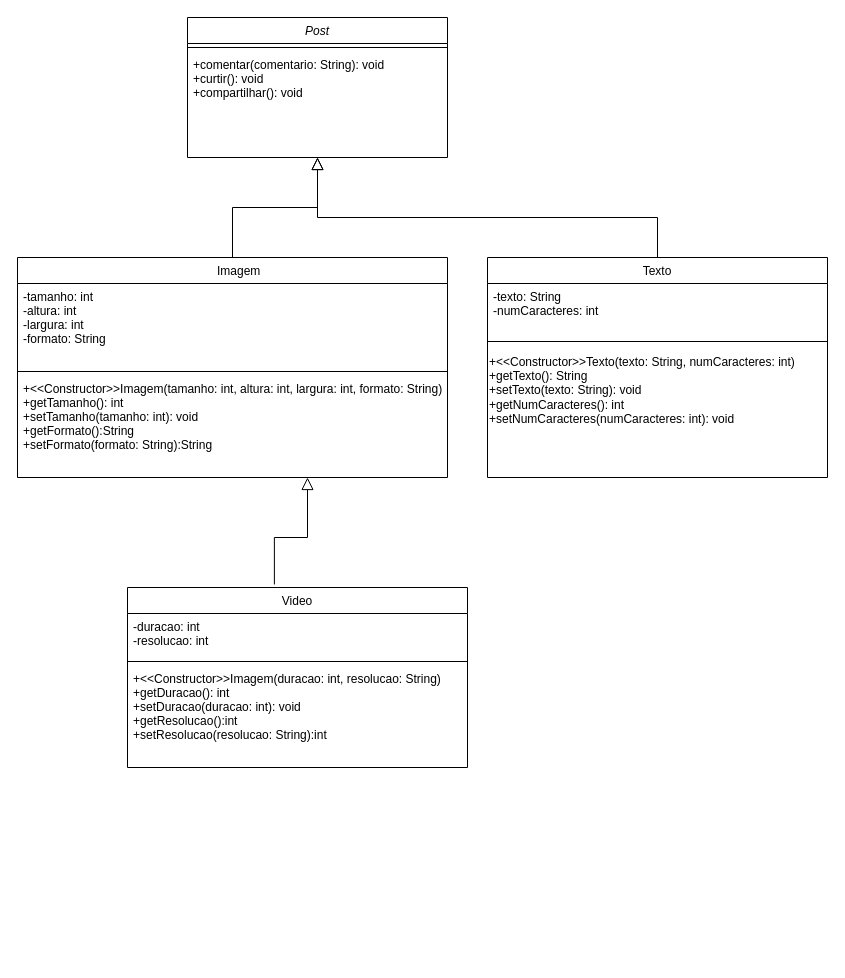
The draw.io diagram rede_social.drawio in Pedry123/rede_social, before the edit. Source tidied: cells renumbered, new cells numbered last; positions are measured from the earlier drawing's top-left corner, leaving out a move shared by most shapes. Both pictures are drawn from the tidied source at 100%, with x=0, y=0 at pixel (17, 17).
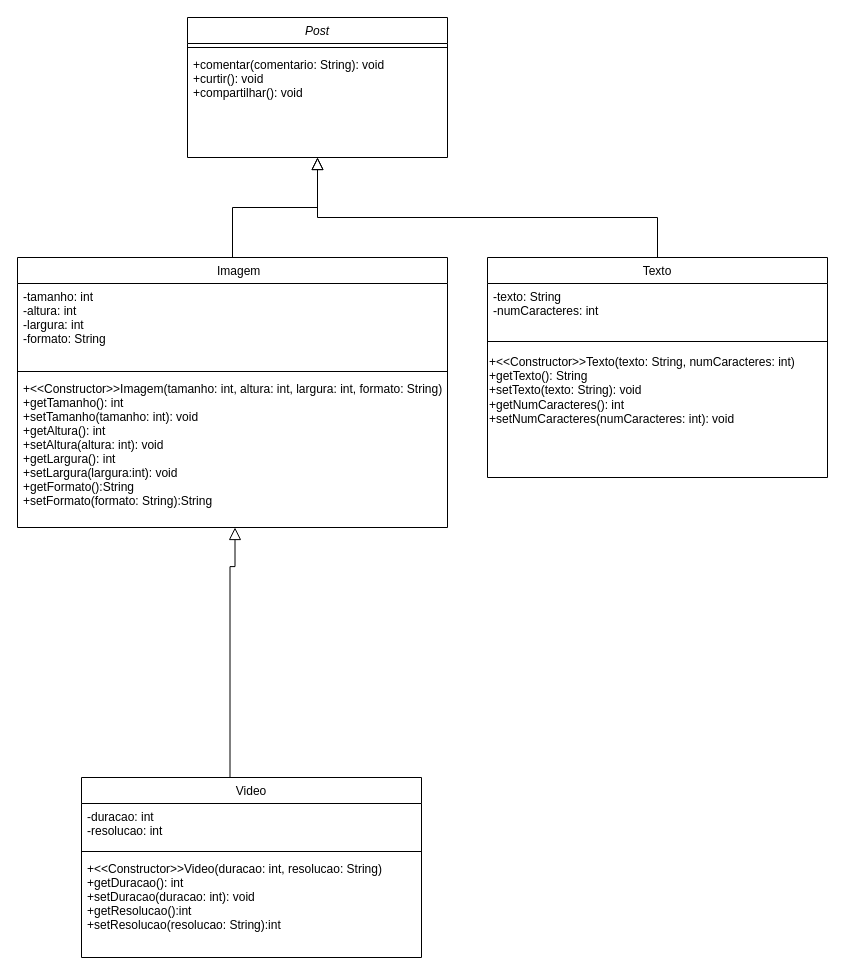
After the change.

The edit, as a diff of the source:
```diff
@@
     <mxCell id="5" value="    Imagem" style="swimlane;fontStyle=0;align=center;verticalAlign=top;horizontal=1;startSize=26;rounded=0;shadow=0;strokeWidth=1;" parent="1" vertex="1">
-      <mxGeometry y="240" width="430" height="220" as="geometry" />
+      <mxGeometry y="240" width="430" height="270" as="geometry" />
     </mxCell>
@@
-    <mxCell id="8" value="+&lt;&lt;Constructor&gt;&gt;Imagem(tamanho: int, altura: int, largura: int, formato: String)&#10;+getTamanho(): int&#10;+setTamanho(tamanho: int): void&#10;+getFormato():String&#10;+setFormato(formato: String):String" style="text;align=left;verticalAlign=top;spacingLeft=4;spacingRight=4;overflow=hidden;" parent="5" vertex="1">
-      <mxGeometry y="118" width="430" height="102" as="geometry" />
+    <mxCell id="8" value="+&lt;&lt;Constructor&gt;&gt;Imagem(tamanho: int, altura: int, largura: int, formato: String)&#10;+getTamanho(): int&#10;+setTamanho(tamanho: int): void&#10;+getAltura(): int&#10;+setAltura(altura: int): void&#10;+getLargura(): int&#10;+setLargura(largura:int): void&#10;+getFormato():String&#10;+setFormato(formato: String):String" style="text;align=left;verticalAlign=top;spacingLeft=4;spacingRight=4;overflow=hidden;" parent="5" vertex="1">
+      <mxGeometry y="118" width="430" height="152" as="geometry" />
     </mxCell>
@@
     <mxCell id="10" value="Video" style="swimlane;fontStyle=0;align=center;verticalAlign=top;horizontal=1;startSize=26;rounded=0;shadow=0;strokeWidth=1;" parent="1" vertex="1">
-      <mxGeometry x="110" y="570" width="340" height="180" as="geometry" />
+      <mxGeometry x="64" y="760" width="340" height="180" as="geometry" />
     </mxCell>
@@
-    <mxCell id="13" value="+&lt;&lt;Constructor&gt;&gt;Imagem(duracao: int, resolucao: String)&#10;+getDuracao(): int&#10;+setDuracao(duracao: int): void&#10;+getResolucao():int&#10;+setResolucao(resolucao: String):int&#10;" style="text;align=left;verticalAlign=top;spacingLeft=4;spacingRight=4;overflow=hidden;" parent="10" vertex="1">
+    <mxCell id="13" value="+&lt;&lt;Constructor&gt;&gt;Video(duracao: int, resolucao: String)&#10;+getDuracao(): int&#10;+setDuracao(duracao: int): void&#10;+getResolucao():int&#10;+setResolucao(resolucao: String):int&#10;" style="text;align=left;verticalAlign=top;spacingLeft=4;spacingRight=4;overflow=hidden;" parent="10" vertex="1">
       <mxGeometry y="78" width="340" height="102" as="geometry" />
     </mxCell>
@@
-    <mxCell id="18" style="endArrow=block;endSize=10;endFill=0;shadow=0;strokeWidth=1;rounded=0;edgeStyle=elbowEdgeStyle;elbow=vertical;exitX=0.432;exitY=-0.017;exitDx=0;exitDy=0;exitPerimeter=0;" parent="1" edge="1" source="10">
+    <mxCell id="18" style="endArrow=block;endSize=10;endFill=0;shadow=0;strokeWidth=1;rounded=0;edgeStyle=elbowEdgeStyle;elbow=vertical;entryX=0.5;entryY=1.026;entryDx=0;entryDy=0;entryPerimeter=0;" parent="1" edge="1">
       <mxGeometry relative="1" as="geometry">
-        <mxPoint x="290" y="460" as="targetPoint" />
+        <mxPoint x="212.5" y="760" as="sourcePoint" />
+        <mxPoint x="217.5" y="510" as="targetPoint" />
         <Array as="points">
-          <mxPoint x="300" y="520" />
+          <mxPoint x="306.1" y="549.1" />
         </Array>
       </mxGeometry>
     </mxCell>
```
